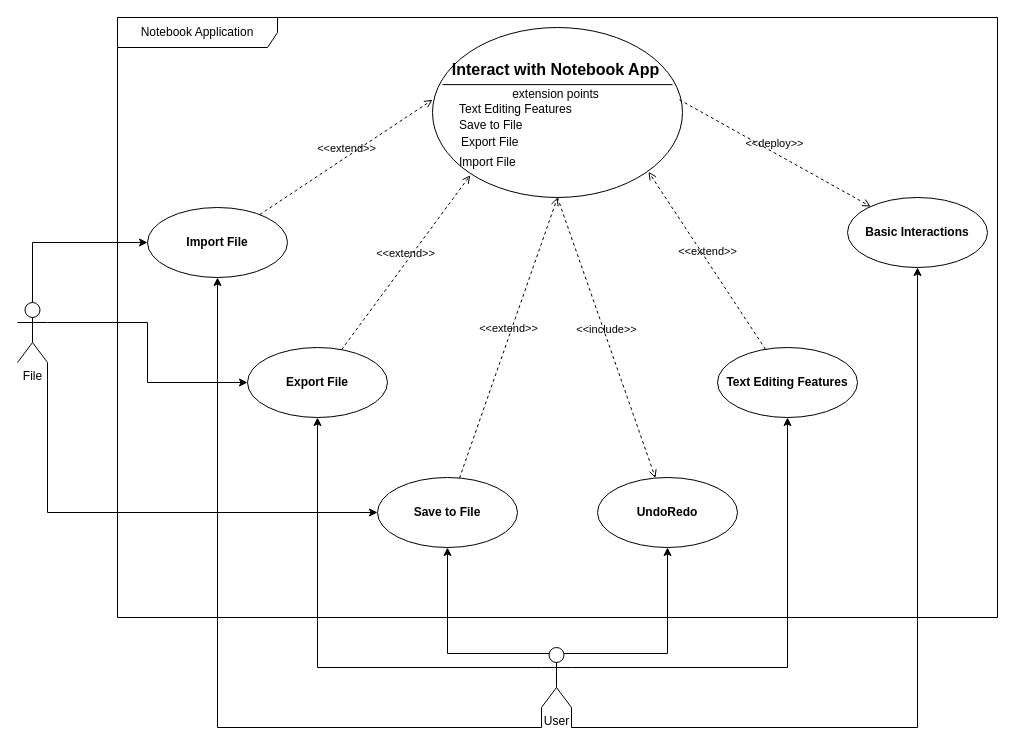
This is page "Use Case Diagram" (1 of 9) of uml_diagrams/notebookapp.drawio from EvatsugDnalloR/NotebookApplication, a draw.io file, before an edit. Source tidied: cells renumbered, new cells numbered last; positions are measured from the earlier drawing's top-left corner, leaving out a move shared by most shapes. Both pictures are drawn from the tidied source at 100%, with x=0, y=0 at pixel (17, 17).
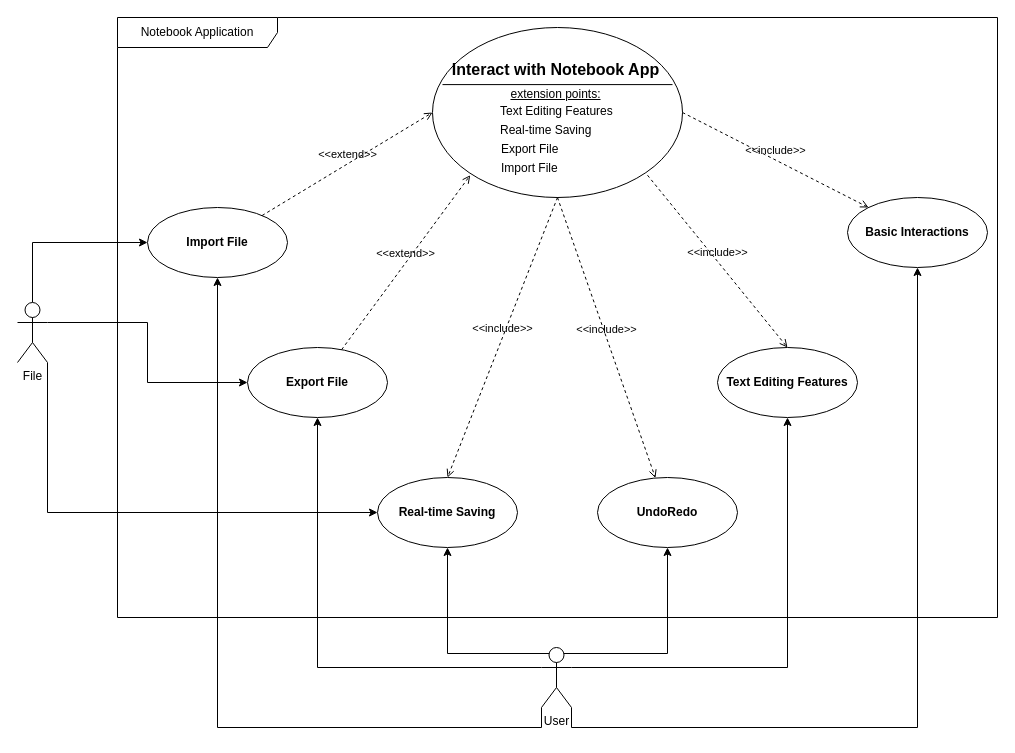
The same page after the edit.

The change refers to these unchanged cells:
```xml
<mxCell id="2" value="Notebook Application" style="shape=umlFrame;whiteSpace=wrap;html=1;width=160;" parent="1" vertex="1">
  <mxGeometry x="100" width="880" height="600" as="geometry" />
</mxCell>
<mxCell id="3" style="shape=ellipse;horizontal=1;html=1;dashed=0;" parent="2" vertex="1">
  <mxGeometry x="315" y="10" width="250" height="170" as="geometry" />
</mxCell>
<mxCell id="14" value="&lt;b&gt;Import File&lt;/b&gt;" style="ellipse;whiteSpace=wrap;html=1;" parent="2" vertex="1">
  <mxGeometry x="30" y="190" width="140" height="70" as="geometry" />
</mxCell>
<mxCell id="15" value="&lt;b&gt;Text Editing Features&lt;/b&gt;" style="ellipse;whiteSpace=wrap;html=1;" parent="2" vertex="1">
  <mxGeometry x="600" y="330" width="140" height="70" as="geometry" />
</mxCell>
<mxCell id="16" value="&lt;b&gt;Basic Interactions&lt;/b&gt;" style="ellipse;whiteSpace=wrap;html=1;" parent="2" vertex="1">
  <mxGeometry x="730" y="180" width="140" height="70" as="geometry" />
</mxCell>
```

What changed in the source:
```diff
@@
-    <mxCell id="6" value="extension points" style="text;html=1;align=center;verticalAlign=middle;fillColor=none;strokeColor=none;whiteSpace=wrap;" parent="3" vertex="1">
+    <mxCell id="6" value="&lt;u&gt;extension points:&lt;/u&gt;" style="text;html=1;align=center;verticalAlign=middle;fillColor=none;strokeColor=none;whiteSpace=wrap;" parent="3" vertex="1">
       <mxGeometry y="60" width="247" height="13.3" as="geometry" />
     </mxCell>
-    <mxCell id="7" value="Save to File" style="text;html=1;align=left;verticalAlign=middle;spacingLeft=25;fillColor=none;strokeColor=none;whiteSpace=wrap;" parent="3" vertex="1">
-      <mxGeometry y="88.3" width="247" height="20" as="geometry" />
+    <mxCell id="7" value="Real-time Saving" style="text;html=1;align=left;verticalAlign=middle;spacingLeft=25;fillColor=none;strokeColor=none;whiteSpace=wrap;" parent="3" vertex="1">
+      <mxGeometry x="41" y="93.3" width="128" height="20" as="geometry" />
     </mxCell>
     <mxCell id="8" value="Text Editing Features" style="text;html=1;align=left;verticalAlign=middle;spacingLeft=25;fillColor=none;strokeColor=none;whiteSpace=wrap;" parent="3" vertex="1">
-      <mxGeometry y="72.3" width="247" height="20" as="geometry" />
+      <mxGeometry x="41" y="74.3" width="140" height="20" as="geometry" />
     </mxCell>
     <mxCell id="9" value="Export File" style="text;html=1;align=left;verticalAlign=middle;spacingLeft=25;fillColor=none;strokeColor=none;whiteSpace=wrap;" parent="3" vertex="1">
-      <mxGeometry x="1.5" y="105.3" width="247" height="20" as="geometry" />
+      <mxGeometry x="41.5" y="112.3" width="100.5" height="20" as="geometry" />
     </mxCell>
     <mxCell id="10" value="Import File" style="text;html=1;align=left;verticalAlign=middle;spacingLeft=25;fillColor=none;strokeColor=none;whiteSpace=wrap;" parent="3" vertex="1">
-      <mxGeometry y="125.3" width="247" height="20" as="geometry" />
+      <mxGeometry x="42" y="131.3" width="100" height="20" as="geometry" />
     </mxCell>
@@
-    <mxCell id="12" value="&lt;b&gt;Save to File&lt;/b&gt;" style="ellipse;whiteSpace=wrap;html=1;" parent="2" vertex="1">
+    <mxCell id="12" value="&lt;b&gt;Real-time Saving&lt;/b&gt;" style="ellipse;whiteSpace=wrap;html=1;" parent="2" vertex="1">
       <mxGeometry x="260" y="460" width="140" height="70" as="geometry" />
     </mxCell>
@@
-    <mxCell id="17" value="&amp;lt;&amp;lt;extend&amp;gt;&amp;gt;" style="html=1;verticalAlign=bottom;labelBackgroundColor=none;endArrow=open;endFill=0;dashed=1;rounded=0;entryX=0;entryY=0;entryDx=0;entryDy=0;" parent="2" edge="1" source="14" target="8">
+    <mxCell id="17" value="&amp;lt;&amp;lt;extend&amp;gt;&amp;gt;" style="html=1;verticalAlign=bottom;labelBackgroundColor=none;endArrow=open;endFill=0;dashed=1;rounded=0;entryX=0;entryY=0.5;entryDx=0;entryDy=0;" parent="2" edge="1" source="14" target="3">
       <mxGeometry relative="1" as="geometry" />
     </mxCell>
@@
-    <mxCell id="19" value="&amp;lt;&amp;lt;extend&amp;gt;&amp;gt;" style="html=1;verticalAlign=bottom;labelBackgroundColor=none;endArrow=open;endFill=0;dashed=1;rounded=0;entryX=0.5;entryY=1;entryDx=0;entryDy=0;" parent="2" edge="1" source="12" target="3">
+    <mxCell id="19" value="&amp;lt;&amp;lt;include&amp;gt;&amp;gt;" style="html=1;verticalAlign=bottom;labelBackgroundColor=none;endArrow=open;endFill=0;dashed=1;rounded=0;entryX=0.5;entryY=0;entryDx=0;entryDy=0;exitX=0.5;exitY=1;exitDx=0;exitDy=0;" parent="2" edge="1" source="3" target="12">
       <mxGeometry relative="1" as="geometry" />
     </mxCell>
@@
-    <mxCell id="21" value="&amp;lt;&amp;lt;extend&amp;gt;&amp;gt;" style="html=1;verticalAlign=bottom;labelBackgroundColor=none;endArrow=open;endFill=0;dashed=1;rounded=0;entryX=0.864;entryY=0.849;entryDx=0;entryDy=0;entryPerimeter=0;" parent="2" edge="1" source="15" target="3">
+    <mxCell id="21" value="&amp;lt;&amp;lt;include&amp;gt;&amp;gt;" style="html=1;verticalAlign=bottom;labelBackgroundColor=none;endArrow=open;endFill=0;dashed=1;rounded=0;entryX=0.5;entryY=0;entryDx=0;entryDy=0;exitX=0.86;exitY=0.869;exitDx=0;exitDy=0;exitPerimeter=0;" parent="2" edge="1" source="3" target="15">
       <mxGeometry relative="1" as="geometry" />
     </mxCell>
-    <mxCell id="22" value="&amp;lt;&amp;lt;deploy&amp;gt;&amp;gt;" style="html=1;verticalAlign=bottom;labelBackgroundColor=none;endArrow=open;endFill=0;dashed=1;rounded=0;exitX=1;exitY=0;exitDx=0;exitDy=0;" parent="2" edge="1" source="8" target="16">
+    <mxCell id="22" value="&amp;lt;&amp;lt;include&amp;gt;&amp;gt;" style="html=1;verticalAlign=bottom;labelBackgroundColor=none;endArrow=open;endFill=0;dashed=1;rounded=0;exitX=1;exitY=0.5;exitDx=0;exitDy=0;" parent="2" edge="1" source="3" target="16">
       <mxGeometry relative="1" as="geometry" />
     </mxCell>
```
